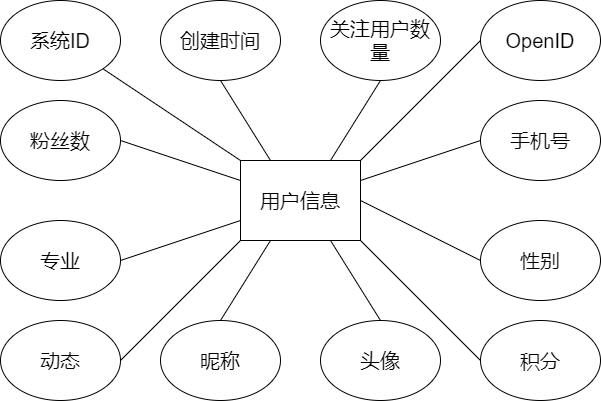
Jater0/Graduation keeps this draw.io diagram as database-er/table.user.drawio.png. Above is the earlier version. Source tidied: cells renumbered, new cells last; positions are measured from the earlier drawing's top-left corner, leaving out a move shared by most shapes.
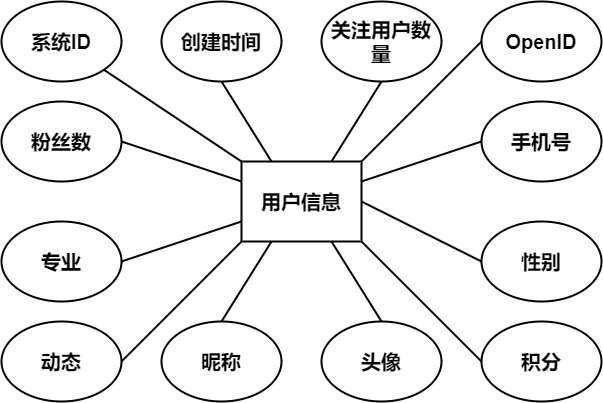
Above is the later version.

Change to the diagram source:
```diff
@@ -2,79 +2,79 @@
   <root>
     <mxCell id="0" />
     <mxCell id="1" parent="0" />
-    <mxCell id="2" value="用户信息" style="rounded=0;whiteSpace=wrap;html=1;fontSize=20;" parent="1" vertex="1">
+    <mxCell id="2" value="用户信息" style="rounded=0;whiteSpace=wrap;html=1;fontSize=20;strokeWidth=2;fontStyle=1;" parent="1" vertex="1">
       <mxGeometry x="240" y="160" width="120" height="80" as="geometry" />
     </mxCell>
-    <mxCell id="3" value="系统ID" style="ellipse;whiteSpace=wrap;html=1;fontSize=20;" parent="1" vertex="1">
+    <mxCell id="3" value="系统ID" style="ellipse;whiteSpace=wrap;html=1;fontSize=20;strokeWidth=2;fontStyle=1;" parent="1" vertex="1">
       <mxGeometry width="120" height="80" as="geometry" />
     </mxCell>
-    <mxCell id="4" value="OpenID" style="ellipse;whiteSpace=wrap;html=1;fontSize=20;" parent="1" vertex="1">
+    <mxCell id="4" value="OpenID" style="ellipse;whiteSpace=wrap;html=1;fontSize=20;strokeWidth=2;fontStyle=1;" parent="1" vertex="1">
       <mxGeometry x="480" width="120" height="80" as="geometry" />
     </mxCell>
-    <mxCell id="5" value="创建时间" style="ellipse;whiteSpace=wrap;html=1;fontSize=20;" parent="1" vertex="1">
+    <mxCell id="5" value="创建时间" style="ellipse;whiteSpace=wrap;html=1;fontSize=20;strokeWidth=2;fontStyle=1;" parent="1" vertex="1">
       <mxGeometry x="160" width="120" height="80" as="geometry" />
     </mxCell>
-    <mxCell id="6" value="昵称" style="ellipse;whiteSpace=wrap;html=1;fontSize=20;" parent="1" vertex="1">
+    <mxCell id="6" value="昵称" style="ellipse;whiteSpace=wrap;html=1;fontSize=20;strokeWidth=2;fontStyle=1;" parent="1" vertex="1">
       <mxGeometry x="160" y="320" width="120" height="80" as="geometry" />
     </mxCell>
-    <mxCell id="7" value="手机号" style="ellipse;whiteSpace=wrap;html=1;fontSize=20;" parent="1" vertex="1">
+    <mxCell id="7" value="手机号" style="ellipse;whiteSpace=wrap;html=1;fontSize=20;strokeWidth=2;fontStyle=1;" parent="1" vertex="1">
       <mxGeometry x="480" y="100" width="120" height="80" as="geometry" />
     </mxCell>
-    <mxCell id="8" value="性别" style="ellipse;whiteSpace=wrap;html=1;fontSize=20;" parent="1" vertex="1">
+    <mxCell id="8" value="性别" style="ellipse;whiteSpace=wrap;html=1;fontSize=20;strokeWidth=2;fontStyle=1;" parent="1" vertex="1">
       <mxGeometry x="480" y="220" width="120" height="80" as="geometry" />
     </mxCell>
-    <mxCell id="9" value="头像" style="ellipse;whiteSpace=wrap;html=1;fontSize=20;" parent="1" vertex="1">
+    <mxCell id="9" value="头像" style="ellipse;whiteSpace=wrap;html=1;fontSize=20;strokeWidth=2;fontStyle=1;" parent="1" vertex="1">
       <mxGeometry x="320" y="320" width="120" height="80" as="geometry" />
     </mxCell>
-    <mxCell id="10" value="动态" style="ellipse;whiteSpace=wrap;html=1;fontSize=20;" parent="1" vertex="1">
+    <mxCell id="10" value="动态" style="ellipse;whiteSpace=wrap;html=1;fontSize=20;strokeWidth=2;fontStyle=1;" parent="1" vertex="1">
       <mxGeometry y="320" width="120" height="80" as="geometry" />
     </mxCell>
-    <mxCell id="11" value="专业" style="ellipse;whiteSpace=wrap;html=1;fontSize=20;" parent="1" vertex="1">
+    <mxCell id="11" value="专业" style="ellipse;whiteSpace=wrap;html=1;fontSize=20;strokeWidth=2;fontStyle=1;" parent="1" vertex="1">
       <mxGeometry y="220" width="120" height="80" as="geometry" />
     </mxCell>
-    <mxCell id="12" value="粉丝数" style="ellipse;whiteSpace=wrap;html=1;fontSize=20;" parent="1" vertex="1">
+    <mxCell id="12" value="粉丝数" style="ellipse;whiteSpace=wrap;html=1;fontSize=20;strokeWidth=2;fontStyle=1;" parent="1" vertex="1">
       <mxGeometry y="100" width="120" height="80" as="geometry" />
     </mxCell>
-    <mxCell id="13" value="关注用户数量" style="ellipse;whiteSpace=wrap;html=1;fontSize=20;" parent="1" vertex="1">
+    <mxCell id="13" value="关注用户数量" style="ellipse;whiteSpace=wrap;html=1;fontSize=20;strokeWidth=2;fontStyle=1;" parent="1" vertex="1">
       <mxGeometry x="320" width="120" height="80" as="geometry" />
     </mxCell>
-    <mxCell id="14" value="积分" style="ellipse;whiteSpace=wrap;html=1;fontSize=20;" parent="1" vertex="1">
+    <mxCell id="14" value="积分" style="ellipse;whiteSpace=wrap;html=1;fontSize=20;strokeWidth=2;fontStyle=1;" parent="1" vertex="1">
       <mxGeometry x="480" y="320" width="120" height="80" as="geometry" />
     </mxCell>
-    <mxCell id="15" style="endArrow=none;html=1;fontSize=20;entryX=0;entryY=0.5;entryDx=0;entryDy=0;exitX=1;exitY=0;exitDx=0;exitDy=0;" parent="1" edge="1" source="2" target="4">
+    <mxCell id="15" style="endArrow=none;html=1;fontSize=20;entryX=0;entryY=0.5;entryDx=0;entryDy=0;exitX=1;exitY=0;exitDx=0;exitDy=0;strokeWidth=2;fontStyle=1;" parent="1" edge="1" source="2" target="4">
       <mxGeometry relative="1" as="geometry" />
     </mxCell>
-    <mxCell id="16" style="endArrow=none;html=1;fontSize=20;entryX=0;entryY=0.5;entryDx=0;entryDy=0;exitX=1;exitY=0.25;exitDx=0;exitDy=0;" parent="1" edge="1" source="2" target="7">
+    <mxCell id="16" style="endArrow=none;html=1;fontSize=20;entryX=0;entryY=0.5;entryDx=0;entryDy=0;exitX=1;exitY=0.25;exitDx=0;exitDy=0;strokeWidth=2;fontStyle=1;" parent="1" edge="1" source="2" target="7">
       <mxGeometry relative="1" as="geometry" />
     </mxCell>
-    <mxCell id="17" style="endArrow=none;html=1;fontSize=20;entryX=0;entryY=0.5;entryDx=0;entryDy=0;exitX=1;exitY=0.5;exitDx=0;exitDy=0;" parent="1" edge="1" source="2" target="8">
+    <mxCell id="17" style="endArrow=none;html=1;fontSize=20;entryX=0;entryY=0.5;entryDx=0;entryDy=0;exitX=1;exitY=0.5;exitDx=0;exitDy=0;strokeWidth=2;fontStyle=1;" parent="1" edge="1" source="2" target="8">
       <mxGeometry relative="1" as="geometry" />
     </mxCell>
-    <mxCell id="18" style="endArrow=none;html=1;fontSize=20;entryX=0;entryY=0.5;entryDx=0;entryDy=0;exitX=1;exitY=1;exitDx=0;exitDy=0;" parent="1" edge="1" source="2" target="14">
+    <mxCell id="18" style="endArrow=none;html=1;fontSize=20;entryX=0;entryY=0.5;entryDx=0;entryDy=0;exitX=1;exitY=1;exitDx=0;exitDy=0;strokeWidth=2;fontStyle=1;" parent="1" edge="1" source="2" target="14">
       <mxGeometry relative="1" as="geometry" />
     </mxCell>
-    <mxCell id="19" style="endArrow=none;html=1;fontSize=20;entryX=0.5;entryY=0;entryDx=0;entryDy=0;exitX=0.75;exitY=1;exitDx=0;exitDy=0;" parent="1" edge="1" source="2" target="9">
+    <mxCell id="19" style="endArrow=none;html=1;fontSize=20;entryX=0.5;entryY=0;entryDx=0;entryDy=0;exitX=0.75;exitY=1;exitDx=0;exitDy=0;strokeWidth=2;fontStyle=1;" parent="1" edge="1" source="2" target="9">
       <mxGeometry relative="1" as="geometry" />
     </mxCell>
-    <mxCell id="20" style="endArrow=none;html=1;fontSize=20;entryX=0.5;entryY=0;entryDx=0;entryDy=0;exitX=0.25;exitY=1;exitDx=0;exitDy=0;" parent="1" edge="1" source="2" target="6">
+    <mxCell id="20" style="endArrow=none;html=1;fontSize=20;entryX=0.5;entryY=0;entryDx=0;entryDy=0;exitX=0.25;exitY=1;exitDx=0;exitDy=0;strokeWidth=2;fontStyle=1;" parent="1" edge="1" source="2" target="6">
       <mxGeometry relative="1" as="geometry" />
     </mxCell>
-    <mxCell id="21" style="endArrow=none;html=1;fontSize=20;entryX=0;entryY=1;entryDx=0;entryDy=0;exitX=1;exitY=0.5;exitDx=0;exitDy=0;" parent="1" edge="1" source="10" target="2">
+    <mxCell id="21" style="endArrow=none;html=1;fontSize=20;entryX=0;entryY=1;entryDx=0;entryDy=0;exitX=1;exitY=0.5;exitDx=0;exitDy=0;strokeWidth=2;fontStyle=1;" parent="1" edge="1" source="10" target="2">
       <mxGeometry relative="1" as="geometry" />
     </mxCell>
-    <mxCell id="22" style="endArrow=none;html=1;fontSize=20;entryX=1;entryY=0.5;entryDx=0;entryDy=0;exitX=0;exitY=0.75;exitDx=0;exitDy=0;" parent="1" edge="1" source="2" target="11">
+    <mxCell id="22" style="endArrow=none;html=1;fontSize=20;entryX=1;entryY=0.5;entryDx=0;entryDy=0;exitX=0;exitY=0.75;exitDx=0;exitDy=0;strokeWidth=2;fontStyle=1;" parent="1" edge="1" source="2" target="11">
       <mxGeometry relative="1" as="geometry" />
     </mxCell>
-    <mxCell id="23" style="endArrow=none;html=1;fontSize=20;entryX=1;entryY=0.5;entryDx=0;entryDy=0;exitX=0;exitY=0.25;exitDx=0;exitDy=0;" parent="1" edge="1" source="2" target="12">
+    <mxCell id="23" style="endArrow=none;html=1;fontSize=20;entryX=1;entryY=0.5;entryDx=0;entryDy=0;exitX=0;exitY=0.25;exitDx=0;exitDy=0;strokeWidth=2;fontStyle=1;" parent="1" edge="1" source="2" target="12">
       <mxGeometry relative="1" as="geometry" />
     </mxCell>
-    <mxCell id="24" style="endArrow=none;html=1;fontSize=20;entryX=0.75;entryY=0;entryDx=0;entryDy=0;exitX=0.5;exitY=1;exitDx=0;exitDy=0;" parent="1" edge="1" source="13" target="2">
+    <mxCell id="24" style="endArrow=none;html=1;fontSize=20;entryX=0.75;entryY=0;entryDx=0;entryDy=0;exitX=0.5;exitY=1;exitDx=0;exitDy=0;strokeWidth=2;fontStyle=1;" parent="1" edge="1" source="13" target="2">
       <mxGeometry relative="1" as="geometry" />
     </mxCell>
-    <mxCell id="25" style="endArrow=none;html=1;fontSize=20;entryX=0.5;entryY=1;entryDx=0;entryDy=0;exitX=0.25;exitY=0;exitDx=0;exitDy=0;" parent="1" edge="1" source="2" target="5">
+    <mxCell id="25" style="endArrow=none;html=1;fontSize=20;entryX=0.5;entryY=1;entryDx=0;entryDy=0;exitX=0.25;exitY=0;exitDx=0;exitDy=0;strokeWidth=2;fontStyle=1;" parent="1" edge="1" source="2" target="5">
       <mxGeometry relative="1" as="geometry" />
     </mxCell>
-    <mxCell id="26" style="endArrow=none;html=1;fontSize=20;entryX=1;entryY=1;entryDx=0;entryDy=0;exitX=0;exitY=0;exitDx=0;exitDy=0;" parent="1" edge="1" source="2" target="3">
+    <mxCell id="26" style="endArrow=none;html=1;fontSize=20;entryX=1;entryY=1;entryDx=0;entryDy=0;exitX=0;exitY=0;exitDx=0;exitDy=0;strokeWidth=2;fontStyle=1;" parent="1" edge="1" source="2" target="3">
       <mxGeometry relative="1" as="geometry" />
     </mxCell>
   </root>
```
